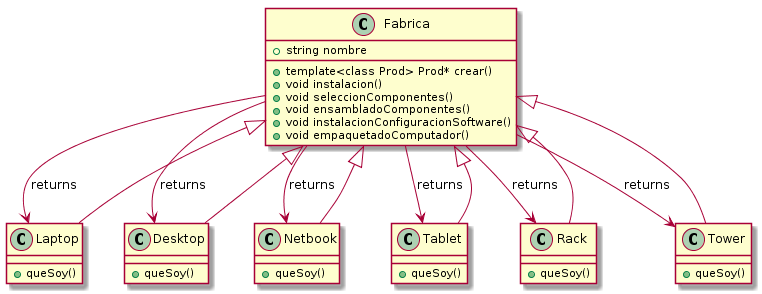
Before: Evaluaciones/Primera/out/computadora.png, a diagram exported from PlantUML (dcharua/An-lisis-y-Modelacion-Software). Source of this version:
```plantuml
@startuml
  Class Fabrica{
    + string nombre
    + template<class Prod> Prod* crear()
    + void instalacion()
    + void seleccionComponentes()
    + void ensambladoComponentes()
    + void instalacionConfiguracionSoftware()
    + void empaquetadoComputador()
  }
  Class Laptop{
    +queSoy()
  }
  Class Desktop{
    +queSoy()
  }
  Class Netbook{
    +queSoy()
  }
  Class Tablet{
    +queSoy()
  }
  Class Rack{
    +queSoy()
  }
  Class Tower{
    +queSoy()
  }

Fabrica --> Laptop :returns
Laptop --|> Fabrica

Fabrica --> Desktop :returns
Desktop --|> Fabrica

Fabrica --> Netbook :returns
Netbook --|> Fabrica

Fabrica --> Tablet :returns
Tablet --|> Fabrica

Fabrica --> Rack :returns
Rack --|> Fabrica

Fabrica --> Tower :returns
Tower --|> Fabrica
@enduml
```
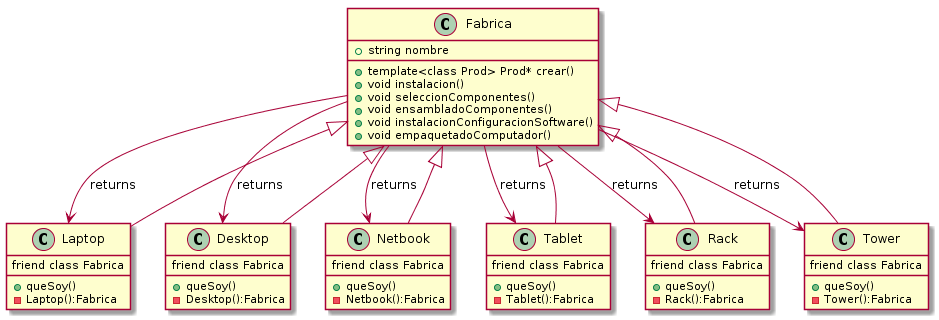
After the commit.

Commit message:
Primera evaluacion con friend class

The edit, as a diff of the source:
```diff
@@ -9,22 +9,34 @@
     + void empaquetadoComputador()
   }
   Class Laptop{
+    friend class Fabrica
     +queSoy()
+    - Laptop():Fabrica
   }
   Class Desktop{
+    friend class Fabrica
     +queSoy()
+    - Desktop():Fabrica
   }
   Class Netbook{
+    friend class Fabrica
     +queSoy()
+    - Netbook():Fabrica
   }
   Class Tablet{
+    friend class Fabrica
     +queSoy()
+    - Tablet():Fabrica
   }
   Class Rack{
+    friend class Fabrica
     +queSoy()
+    - Rack():Fabrica
   }
   Class Tower{
+    friend class Fabrica
     +queSoy()
+    - Tower():Fabrica
   }
 
 Fabrica --> Laptop :returns
```
